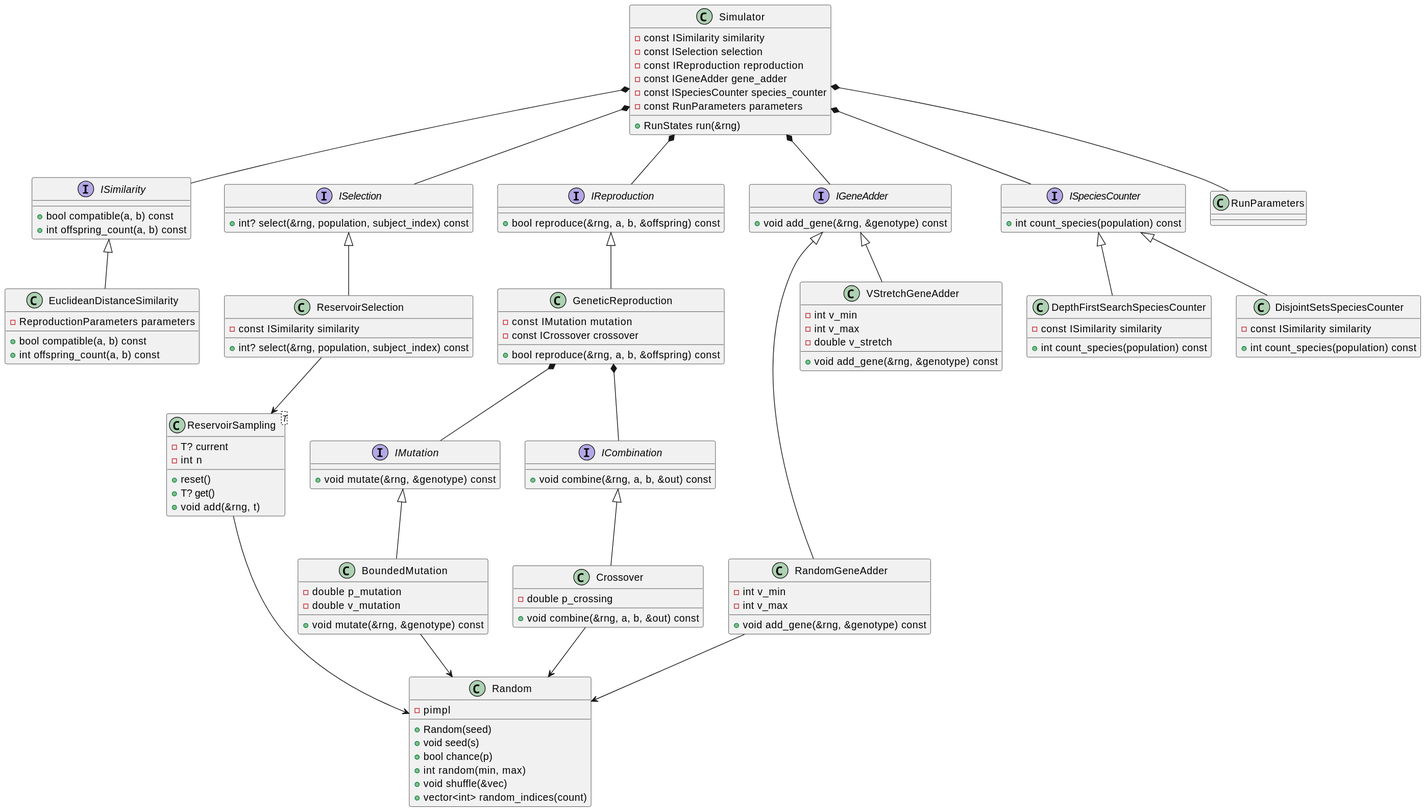
This is thesis/assets/diagrams/cpp_simulator_classes.svg from hamrik/fatint-thesis, a PlantUML export, as it was before one commit.
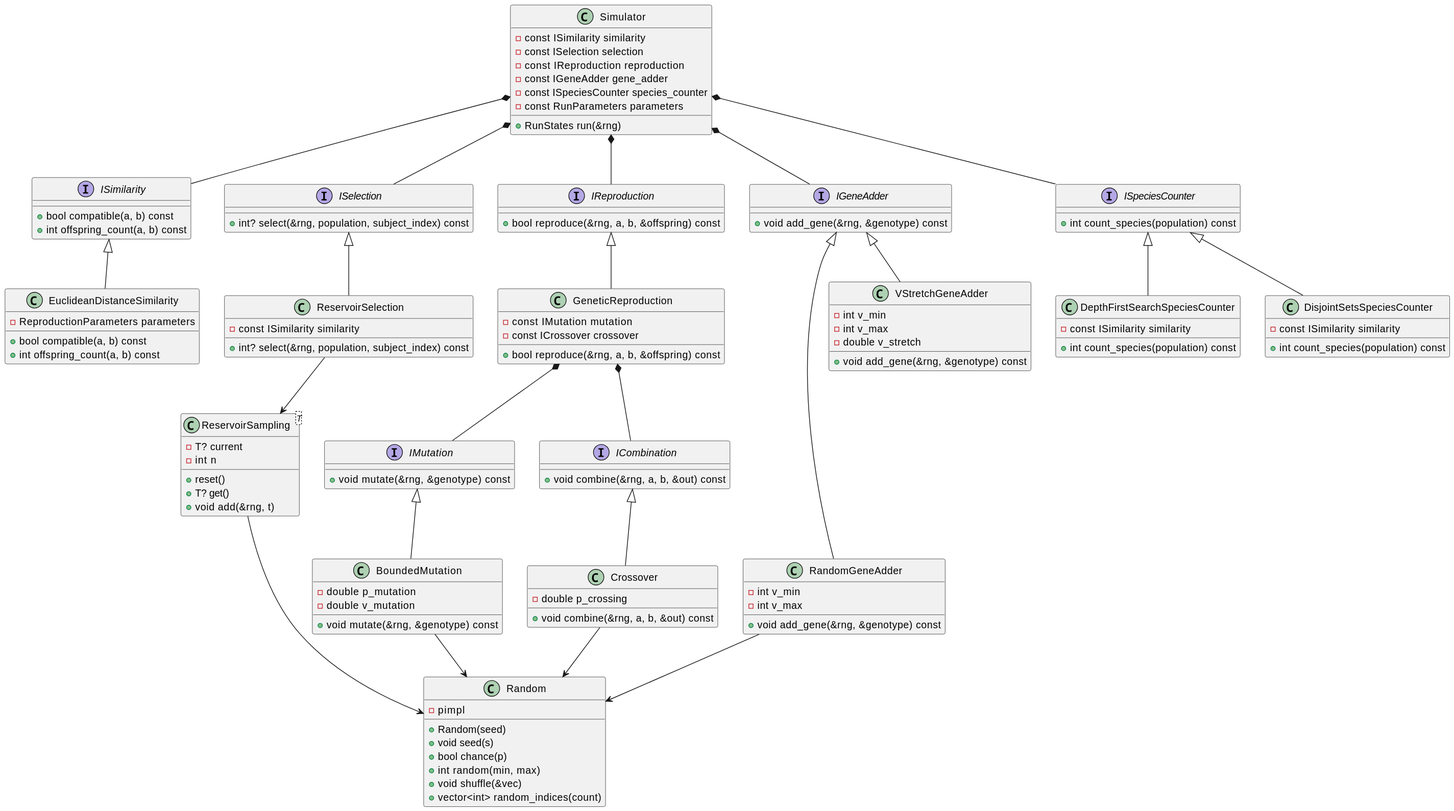
Later version of the same file.

The edit, as a diff of the source:
```diff
@@ -98,7 +98,6 @@
 Simulator *-- IReproduction
 Simulator *-- IGeneAdder
 Simulator *-- ISpeciesCounter
-Simulator *-- RunParameters
 
 ISimilarity <|-- EuclideanDistanceSimilarity
 ISelection <|-- ReservoirSelection
```
